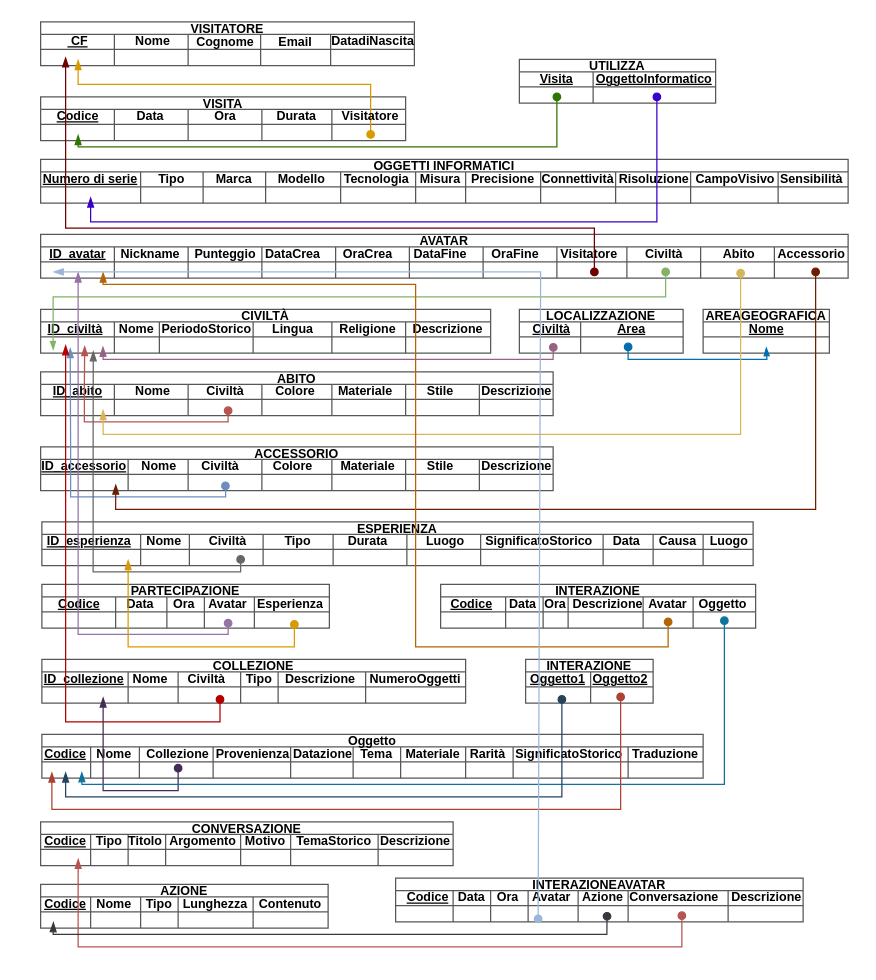
pnocerino/BasiDiDati keeps this draw.io diagram as WP2/Logica.drawio. Above is the earlier version. Source tidied: cells renumbered, new cells numbered last; positions are measured from the earlier drawing's top-left corner, leaving out a move shared by most shapes. Both pictures are drawn from the tidied source at 125%, with x=0, y=0 at pixel (21, 21).
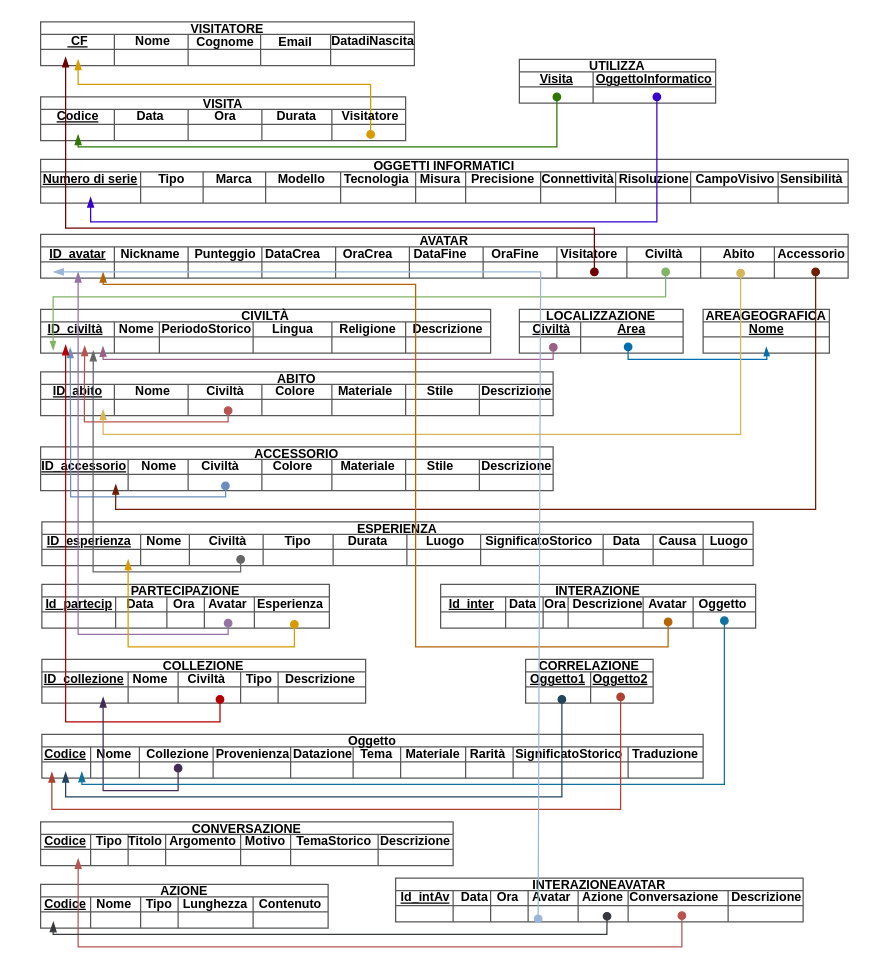
The same page after the edit.

Diff of the diagram source:
```diff
@@
     <mxCell id="146" value="COLLEZIONE" style="shape=table;startSize=10;childLayout=tableLayout;strokeColor=#575757;fontSize=10;fontStyle=1;" parent="1" vertex="1">
-      <mxGeometry x="16" y="510" width="339" height="35" as="geometry" />
+      <mxGeometry x="16" y="510" width="259" height="35" as="geometry" />
     </mxCell>
     <mxCell id="147" style="shape=tableRow;horizontal=0;startSize=0;swimlaneHead=0;swimlaneBody=0;strokeColor=inherit;top=0;left=0;bottom=0;right=0;fillColor=none;fontSize=16;" parent="146" vertex="1">
-      <mxGeometry y="10" width="339" height="12" as="geometry" />
+      <mxGeometry y="10" width="259" height="12" as="geometry" />
     </mxCell>
@@
-    <mxCell id="153" style="shape=partialRectangle;html=1;whiteSpace=wrap;strokeColor=inherit;overflow=hidden;fillColor=none;top=0;left=0;bottom=0;right=0;fontSize=16;" parent="147" vertex="1">
-      <mxGeometry x="259" width="80" height="12" as="geometry" />
-    </mxCell>
     <mxCell id="154" style="shape=tableRow;horizontal=0;startSize=0;swimlaneHead=0;swimlaneBody=0;strokeColor=inherit;top=0;left=0;bottom=0;right=0;fillColor=none;fontSize=16;" parent="146" vertex="1">
-      <mxGeometry y="22" width="339" height="13" as="geometry" />
+      <mxGeometry y="22" width="259" height="13" as="geometry" />
     </mxCell>
@@
-    <mxCell id="160" style="shape=partialRectangle;html=1;whiteSpace=wrap;strokeColor=inherit;overflow=hidden;fillColor=none;top=0;left=0;bottom=0;right=0;fontSize=16;" parent="154" vertex="1">
-      <mxGeometry x="259" width="80" height="13" as="geometry" />
-    </mxCell>
@@
-    <mxCell id="346" value="&lt;span style=&quot;font-size: 10px;&quot;&gt;&lt;b&gt;&lt;u&gt;Codice&lt;/u&gt;&lt;/b&gt;&lt;/span&gt;" style="text;html=1;align=center;verticalAlign=middle;whiteSpace=wrap;rounded=0;" parent="1" vertex="1">
+    <mxCell id="346" value="&lt;span style=&quot;font-size: 10px;&quot;&gt;&lt;b&gt;&lt;u&gt;Id_partecip&lt;/u&gt;&lt;/b&gt;&lt;/span&gt;" style="text;html=1;align=center;verticalAlign=middle;whiteSpace=wrap;rounded=0;" parent="1" vertex="1">
       <mxGeometry x="16" y="450" width="60" height="30" as="geometry" />
     </mxCell>
@@
-    <mxCell id="357" value="&lt;span style=&quot;font-size: 10px;&quot;&gt;&lt;b&gt;NumeroOggetti&lt;/b&gt;&lt;/span&gt;" style="text;html=1;align=center;verticalAlign=middle;whiteSpace=wrap;rounded=0;" parent="1" vertex="1">
-      <mxGeometry x="285" y="510" width="60" height="30" as="geometry" />
-    </mxCell>
@@
-    <mxCell id="386" value="&lt;span style=&quot;font-size: 10px;&quot;&gt;&lt;b&gt;&lt;u&gt;Codice&lt;/u&gt;&lt;/b&gt;&lt;/span&gt;" style="text;html=1;align=center;verticalAlign=middle;whiteSpace=wrap;rounded=0;" parent="1" vertex="1">
+    <mxCell id="386" value="&lt;span style=&quot;font-size: 10px;&quot;&gt;&lt;b&gt;&lt;u&gt;Id_inter&lt;/u&gt;&lt;/b&gt;&lt;/span&gt;" style="text;html=1;align=center;verticalAlign=middle;whiteSpace=wrap;rounded=0;" parent="1" vertex="1">
       <mxGeometry x="330" y="450" width="60" height="30" as="geometry" />
     </mxCell>
@@
-    <mxCell id="392" value="INTERAZIONE" style="shape=table;startSize=10;childLayout=tableLayout;strokeColor=#575757;fontSize=10;fontStyle=1;" parent="1" vertex="1">
+    <mxCell id="392" value="CORRELAZIONE" style="shape=table;startSize=10;childLayout=tableLayout;strokeColor=#575757;fontSize=10;fontStyle=1;" parent="1" vertex="1">
       <mxGeometry x="403" y="510" width="102" height="35" as="geometry" />
     </mxCell>
@@
-    <mxCell id="417" value="&lt;span style=&quot;font-size: 10px;&quot;&gt;&lt;b&gt;&lt;u&gt;Codice&lt;/u&gt;&lt;/b&gt;&lt;/span&gt;" style="text;html=1;align=center;verticalAlign=middle;whiteSpace=wrap;rounded=0;" parent="1" vertex="1">
-      <mxGeometry x="295" y="685" width="60" height="30" as="geometry" />
+    <mxCell id="417" value="&lt;span style=&quot;font-size: 10px;&quot;&gt;&lt;b&gt;&lt;u&gt;Id_intAv&lt;/u&gt;&lt;/b&gt;&lt;/span&gt;" style="text;html=1;align=center;verticalAlign=middle;whiteSpace=wrap;rounded=0;" parent="1" vertex="1">
+      <mxGeometry x="293" y="685" width="60" height="30" as="geometry" />
     </mxCell>
     <mxCell id="418" value="&lt;span style=&quot;font-size: 10px;&quot;&gt;&lt;b&gt;Data&lt;/b&gt;&lt;/span&gt;" style="text;html=1;align=center;verticalAlign=middle;whiteSpace=wrap;rounded=0;" parent="1" vertex="1">
-      <mxGeometry x="330" y="685" width="60" height="30" as="geometry" />
+      <mxGeometry x="335" y="685" width="55" height="30" as="geometry" />
     </mxCell>
```
